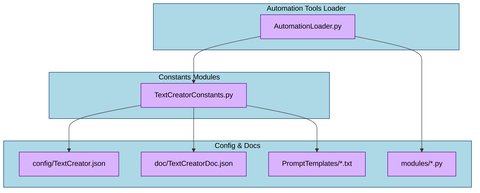
nigelgalbraith/portfolio keeps this Mermaid diagram as projects/images/main/optimized/mobile/standard/AutomationToolsStructure.png. Above is the earlier version. Its source is kept beside it as diagrams/siteMaps/AutomationToolsStructure.mmd.
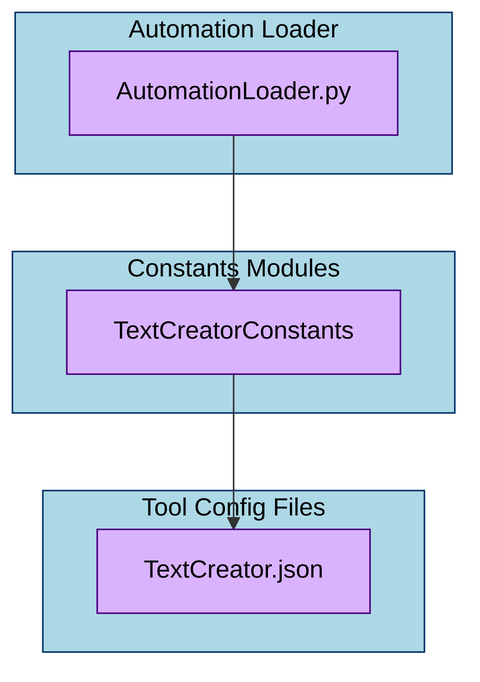
After the change.

The edit, as a diff of the source:
```diff
@@ -1,28 +1,19 @@
 graph TD
 
-  subgraph Loader [Automation Tools Loader]
+  subgraph Loader [Automation Loader]
     AutomationLoader[AutomationLoader.py]
   end
 
   subgraph Constants Files [Constants Modules]
-    TextCreatorConstants[TextCreatorConstants.py]
+    TextCreatorConstants[TextCreatorConstants]
   end
 
-  subgraph ConfigAndDocs [Config & Docs]
-    TextCreatorConfig[config/TextCreator.json]
-    TextCreatorDoc[doc/TextCreatorDoc.json]
-    PromptTemplates[PromptTemplates/*.txt]
-    SharedModules[modules/*.py]
+  subgraph Tool Configs [Tool Config Files]
+    TextCreatorConfig[TextCreator.json]
   end
 
   AutomationLoader --> TextCreatorConstants
   TextCreatorConstants --> TextCreatorConfig
-  TextCreatorConstants --> TextCreatorDoc
-  TextCreatorConstants --> PromptTemplates
-  AutomationLoader --> SharedModules
   class AutomationLoader primary
   class TextCreatorConstants secondary
   class TextCreatorConfig tertiary
-  class TextCreatorDoc tertiary
-  class PromptTemplates tertiary
-  class SharedModules tertiary
```
